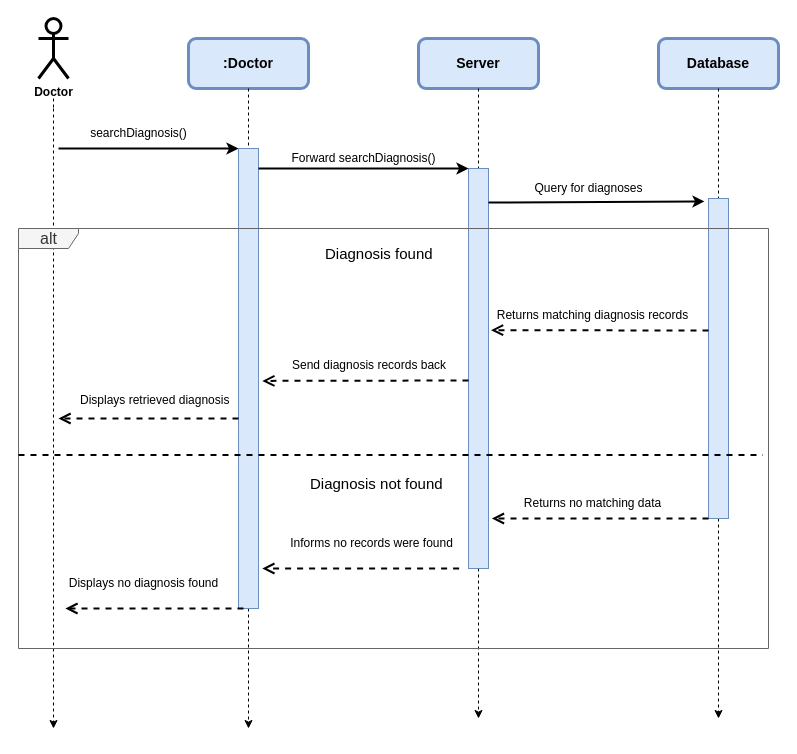
Before: UseCase_Diagram/Saron/searchDiagnosis.dio in Nama21yo/SDS-EMR, a draw.io diagram. Source tidied: cells renumbered, new cells numbered last; positions are measured from the earlier drawing's top-left corner, leaving out a move shared by most shapes. Both pictures are drawn from the tidied source at 100%, with x=0, y=0 at pixel (18, 18).
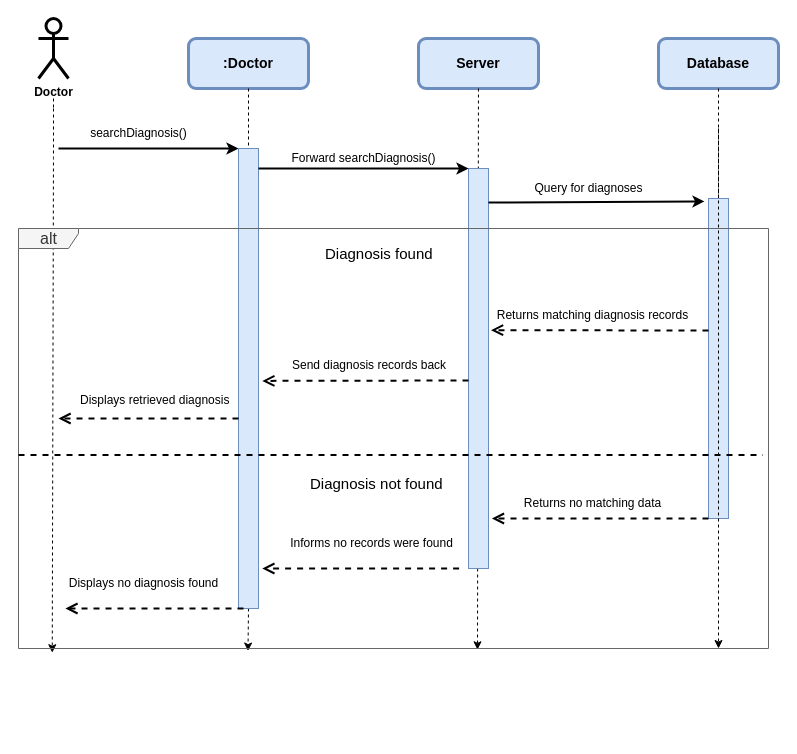
Above is the later version.

The change refers to these unchanged cells:
```xml
<mxCell id="8" value="&lt;span style=&quot;font-size: 14px;&quot;&gt;&lt;b&gt;&lt;font color=&quot;#000000&quot;&gt;Server&lt;/font&gt;&lt;/b&gt;&lt;/span&gt;" style="rounded=1;whiteSpace=wrap;html=1;strokeWidth=3;fillColor=#dae8fc;strokeColor=#6c8ebf;" parent="1" vertex="1">
  <mxGeometry x="400" y="20" width="120" height="50" as="geometry" />
</mxCell>
<mxCell id="12" style="html=1;points=[];perimeter=orthogonalPerimeter;fontSize=13;fillColor=#dae8fc;strokeColor=#6c8ebf;" parent="1" vertex="1">
  <mxGeometry x="220" y="130" width="20" height="460" as="geometry" />
</mxCell>
<mxCell id="19" style="html=1;points=[];perimeter=orthogonalPerimeter;fontSize=13;fillColor=#dae8fc;strokeColor=#6c8ebf;" parent="1" vertex="1">
  <mxGeometry x="690" y="180" width="20" height="320" as="geometry" />
</mxCell>
<mxCell id="22" value="&lt;font style=&quot;font-size: 16px;&quot;&gt;alt&lt;/font&gt;" style="shape=umlFrame;tabWidth=110;tabHeight=30;tabPosition=left;html=1;boundedLbl=1;labelInHeader=1;width=60;height=20;rounded=0;shadow=0;glass=0;sketch=0;fontSize=15;fillColor=#f5f5f5;fontColor=#333333;strokeColor=#666666;" parent="1" vertex="1">
  <mxGeometry y="210" width="750" height="420" as="geometry" />
</mxCell>
```

Diff of the diagram source:
```diff
@@
-<mxGraphModel>
+<mxGraphModel background="#ffffff">
@@
-    <mxCell id="3" style="edgeStyle=none;html=1;dashed=1;strokeWidth=1;startArrow=none;" parent="1" edge="1">
+    <mxCell id="3" style="edgeStyle=none;html=1;dashed=1;strokeWidth=1;startArrow=none;entryX=0.045;entryY=1.01;entryDx=0;entryDy=0;entryPerimeter=0;" parent="1" edge="1" target="22">
       <mxGeometry relative="1" as="geometry">
         <mxPoint x="35" y="90" as="sourcePoint" />
-        <mxPoint x="35" y="710" as="targetPoint" />
         <Array as="points">
           <mxPoint x="35" y="130" />
         </Array>
       </mxGeometry>
     </mxCell>
@@
-    <mxCell id="7" style="edgeStyle=none;html=1;exitX=0.5;exitY=1;exitDx=0;exitDy=0;dashed=1;strokeWidth=1;startArrow=none;" parent="1" edge="1" source="12">
-      <mxGeometry relative="1" as="geometry">
-        <mxPoint x="230" y="710" as="targetPoint" />
-      </mxGeometry>
+    <mxCell id="7" style="edgeStyle=none;html=1;exitX=0.5;exitY=1;exitDx=0;exitDy=0;dashed=1;strokeWidth=1;startArrow=none;entryX=0.306;entryY=1.006;entryDx=0;entryDy=0;entryPerimeter=0;" parent="1" edge="1" source="12" target="22">
+      <mxGeometry relative="1" as="geometry" />
     </mxCell>
@@
-    <mxCell id="9" style="edgeStyle=none;html=1;dashed=1;strokeWidth=1;" parent="1" edge="1" source="8">
-      <mxGeometry relative="1" as="geometry">
-        <mxPoint x="460" y="700" as="targetPoint" />
-      </mxGeometry>
+    <mxCell id="9" style="edgeStyle=none;html=1;dashed=1;strokeWidth=1;entryX=0.612;entryY=1.003;entryDx=0;entryDy=0;entryPerimeter=0;" parent="1" edge="1" source="8" target="22">
+      <mxGeometry relative="1" as="geometry" />
     </mxCell>
@@
-    <mxCell id="17" style="edgeStyle=none;html=1;dashed=1;strokeWidth=1;exitX=0.5;exitY=1;exitDx=0;exitDy=0;startArrow=none;" parent="1" edge="1" source="19">
-      <mxGeometry relative="1" as="geometry">
-        <mxPoint x="700" y="700" as="targetPoint" />
-        <Array as="points">
-          <mxPoint x="700" y="700" />
-        </Array>
-      </mxGeometry>
-    </mxCell>
@@
+    <mxCell id="17" style="edgeStyle=none;html=1;dashed=1;strokeWidth=1;startArrow=none;" parent="22" edge="1">
+      <mxGeometry relative="1" as="geometry">
+        <mxPoint x="700" y="-100" as="sourcePoint" />
+        <mxPoint x="700" y="420" as="targetPoint" />
+        <Array as="points">
+          <mxPoint x="700" y="420" />
+        </Array>
+      </mxGeometry>
+    </mxCell>
```
